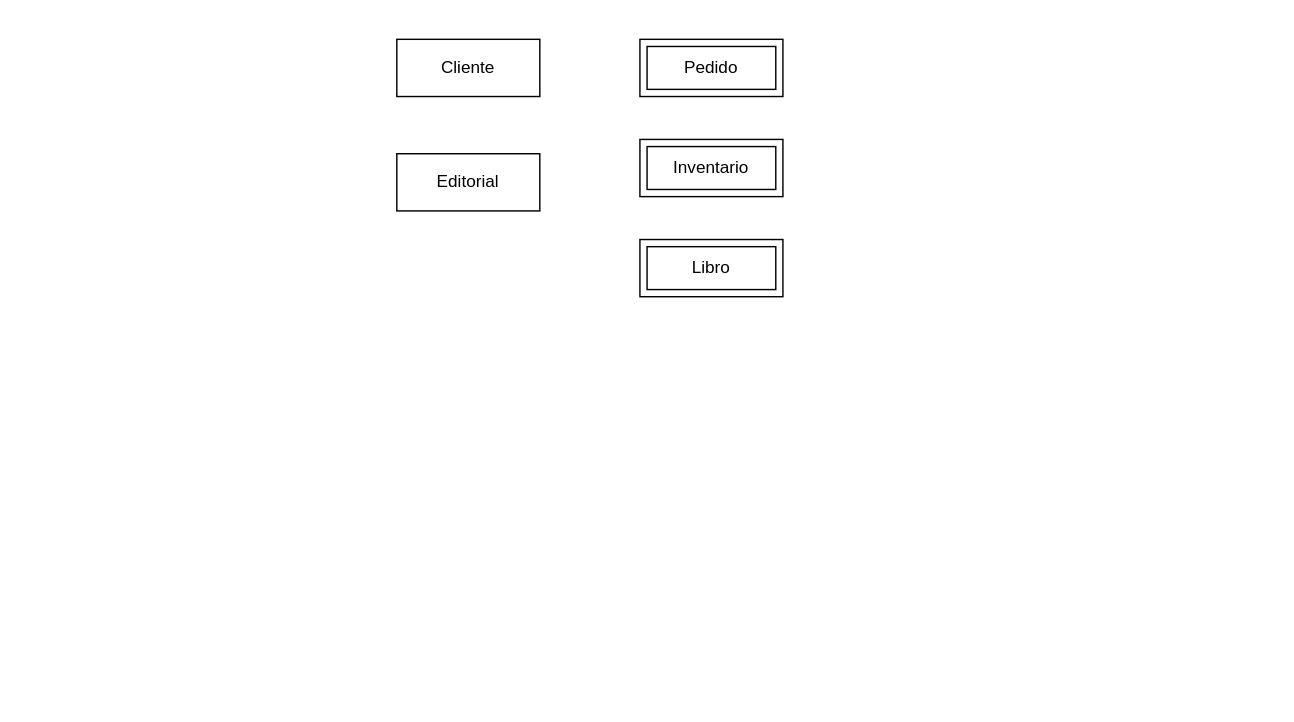
This is Diagrama id entidades.drawio from maximo-he/Modelado-de-base-de-datos, a draw.io file, before an edit. Source tidied: cells renumbered, new cells numbered last; positions are measured from the earlier drawing's top-left corner, leaving out a move shared by most shapes. Both pictures are drawn from the tidied source at 143%, with x=0, y=0 at pixel (396, 39).
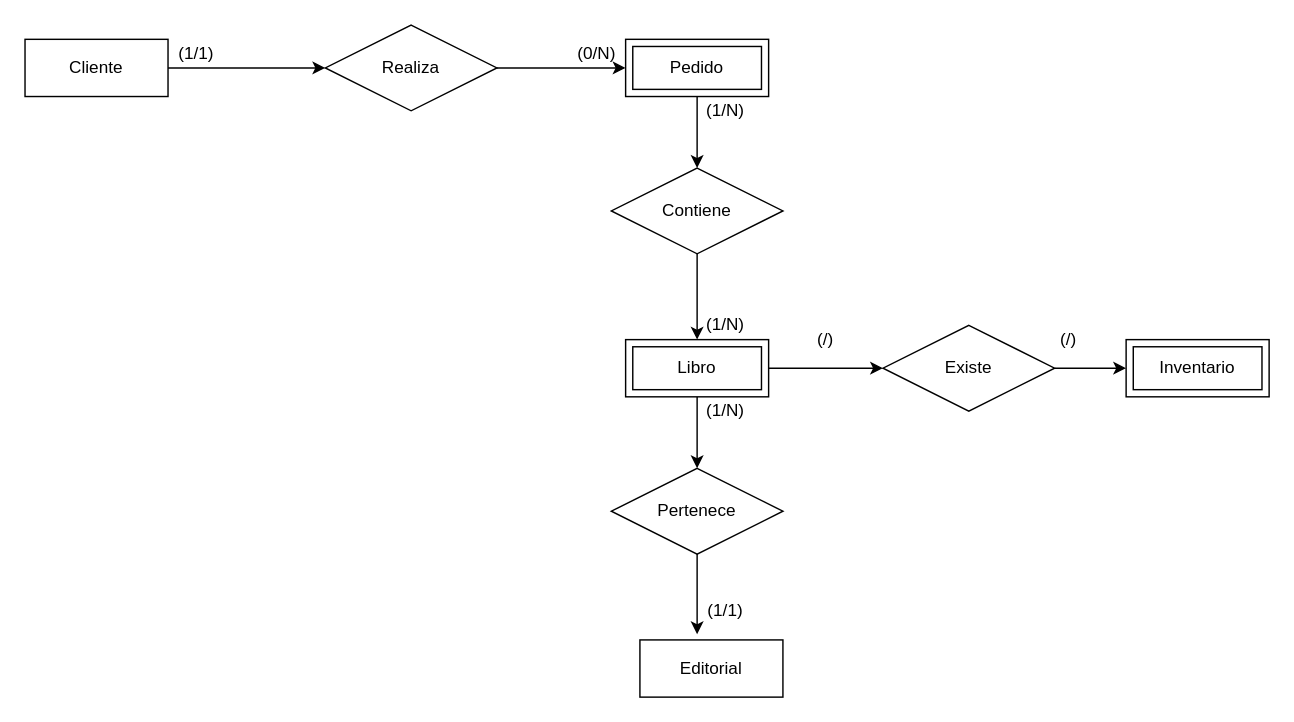
The same page after the edit.

The edit, as a diff of the source:
```diff
@@
+    <mxCell id="7" style="edgeStyle=orthogonalEdgeStyle;rounded=0;jettySize=auto;html=1;exitX=1;exitY=0.5;exitDx=0;exitDy=0;entryX=0;entryY=0.5;entryDx=0;entryDy=0;" parent="1" edge="1" source="2" target="12">
+      <mxGeometry relative="1" as="geometry" />
+    </mxCell>
     <mxCell id="2" value="Cliente" style="whiteSpace=wrap;html=1;align=center;" parent="1" vertex="1">
-      <mxGeometry width="100" height="40" as="geometry" />
+      <mxGeometry x="-260" width="100" height="40" as="geometry" />
     </mxCell>
+    <mxCell id="8" style="edgeStyle=orthogonalEdgeStyle;rounded=0;jettySize=auto;html=1;exitX=0.5;exitY=1;exitDx=0;exitDy=0;entryX=0.5;entryY=0;entryDx=0;entryDy=0;" parent="1" edge="1" source="3" target="22">
+      <mxGeometry relative="1" as="geometry" />
+    </mxCell>
     <mxCell id="3" value="Pedido" style="shape=ext;margin=3;double=1;whiteSpace=wrap;html=1;align=center;" parent="1" vertex="1">
-      <mxGeometry x="170" width="100" height="40" as="geometry" />
+      <mxGeometry x="160" width="100" height="40" as="geometry" />
     </mxCell>
     <mxCell id="4" value="Editorial" style="whiteSpace=wrap;html=1;align=center;" parent="1" vertex="1">
-      <mxGeometry y="80" width="100" height="40" as="geometry" />
+      <mxGeometry x="170" y="420" width="100" height="40" as="geometry" />
     </mxCell>
     <mxCell id="5" value="Inventario" style="shape=ext;margin=3;double=1;whiteSpace=wrap;html=1;align=center;" parent="1" vertex="1">
-      <mxGeometry x="170" y="70" width="100" height="40" as="geometry" />
+      <mxGeometry x="510" y="210" width="100" height="40" as="geometry" />
     </mxCell>
+    <mxCell id="9" style="edgeStyle=orthogonalEdgeStyle;rounded=0;jettySize=auto;html=1;exitX=0.5;exitY=1;exitDx=0;exitDy=0;entryX=0.5;entryY=0;entryDx=0;entryDy=0;" parent="1" edge="1" source="6" target="23">
+      <mxGeometry relative="1" as="geometry" />
+    </mxCell>
+    <mxCell id="10" style="edgeStyle=orthogonalEdgeStyle;rounded=0;jettySize=auto;html=1;exitX=1;exitY=0.5;exitDx=0;exitDy=0;entryX=0;entryY=0.5;entryDx=0;entryDy=0;" parent="1" edge="1" source="6" target="25">
+      <mxGeometry relative="1" as="geometry" />
+    </mxCell>
     <mxCell id="6" value="Libro" style="shape=ext;margin=3;double=1;whiteSpace=wrap;html=1;align=center;" parent="1" vertex="1">
-      <mxGeometry x="170" y="140" width="100" height="40" as="geometry" />
+      <mxGeometry x="160" y="210" width="100" height="40" as="geometry" />
     </mxCell>
+    <mxCell id="11" style="edgeStyle=orthogonalEdgeStyle;rounded=0;jettySize=auto;html=1;exitX=1;exitY=0.5;exitDx=0;exitDy=0;entryX=0;entryY=0.5;entryDx=0;entryDy=0;" parent="1" edge="1" source="12" target="3">
+      <mxGeometry relative="1" as="geometry" />
+    </mxCell>
+    <mxCell id="12" value="Realiza" style="shape=rhombus;perimeter=rhombusPerimeter;whiteSpace=wrap;html=1;align=center;" parent="1" vertex="1">
+      <mxGeometry x="-50" y="-10" width="120" height="60" as="geometry" />
+    </mxCell>
+    <mxCell id="13" value="(1/1)" style="text;html=1;align=center;verticalAlign=middle;whiteSpace=wrap;rounded=0;" parent="1" vertex="1">
+      <mxGeometry x="-160" width="40" height="20" as="geometry" />
+    </mxCell>
+    <mxCell id="14" value="(0/N)" style="text;html=1;align=center;verticalAlign=middle;whiteSpace=wrap;rounded=0;" parent="1" vertex="1">
+      <mxGeometry x="120" width="40" height="20" as="geometry" />
+    </mxCell>
+    <mxCell id="15" value="(1/N&lt;span style=&quot;background-color: transparent; color: light-dark(rgb(0, 0, 0), rgb(255, 255, 255));&quot;&gt;)&lt;/span&gt;" style="text;html=1;align=center;verticalAlign=middle;whiteSpace=wrap;rounded=0;" parent="1" vertex="1">
+      <mxGeometry x="210" y="40" width="40" height="20" as="geometry" />
+    </mxCell>
+    <mxCell id="16" value="(1/N)" style="text;html=1;align=center;verticalAlign=middle;whiteSpace=wrap;rounded=0;" parent="1" vertex="1">
+      <mxGeometry x="210" y="190" width="40" height="20" as="geometry" />
+    </mxCell>
+    <mxCell id="17" value="(1/N)" style="text;html=1;align=center;verticalAlign=middle;whiteSpace=wrap;rounded=0;" parent="1" vertex="1">
+      <mxGeometry x="210" y="250" width="40" height="20" as="geometry" />
+    </mxCell>
+    <mxCell id="18" value="(1/1)" style="text;html=1;align=center;verticalAlign=middle;whiteSpace=wrap;rounded=0;" parent="1" vertex="1">
+      <mxGeometry x="210" y="390" width="40" height="20" as="geometry" />
+    </mxCell>
+    <mxCell id="19" value="(/)" style="text;html=1;align=center;verticalAlign=middle;whiteSpace=wrap;rounded=0;" parent="1" vertex="1">
+      <mxGeometry x="280" y="200" width="40" height="20" as="geometry" />
+    </mxCell>
+    <mxCell id="20" value="(/)" style="text;html=1;align=center;verticalAlign=middle;whiteSpace=wrap;rounded=0;" parent="1" vertex="1">
+      <mxGeometry x="450" y="200" width="40" height="20" as="geometry" />
+    </mxCell>
+    <mxCell id="21" style="edgeStyle=orthogonalEdgeStyle;rounded=0;jettySize=auto;html=1;exitX=0.5;exitY=1;exitDx=0;exitDy=0;entryX=0.5;entryY=0;entryDx=0;entryDy=0;" parent="1" edge="1" source="22" target="6">
+      <mxGeometry relative="1" as="geometry" />
+    </mxCell>
+    <mxCell id="22" value="Contiene" style="shape=rhombus;perimeter=rhombusPerimeter;whiteSpace=wrap;html=1;align=center;" parent="1" vertex="1">
+      <mxGeometry x="150" y="90" width="120" height="60" as="geometry" />
+    </mxCell>
+    <mxCell id="23" value="Pertenece" style="shape=rhombus;perimeter=rhombusPerimeter;whiteSpace=wrap;html=1;align=center;" parent="1" vertex="1">
+      <mxGeometry x="150" y="300" width="120" height="60" as="geometry" />
+    </mxCell>
+    <mxCell id="24" style="edgeStyle=orthogonalEdgeStyle;rounded=0;jettySize=auto;html=1;exitX=1;exitY=0.5;exitDx=0;exitDy=0;entryX=0;entryY=0.5;entryDx=0;entryDy=0;" parent="1" edge="1" source="25" target="5">
+      <mxGeometry relative="1" as="geometry" />
+    </mxCell>
+    <mxCell id="25" value="Existe" style="shape=rhombus;perimeter=rhombusPerimeter;whiteSpace=wrap;html=1;align=center;" parent="1" vertex="1">
+      <mxGeometry x="340" y="200" width="120" height="60" as="geometry" />
+    </mxCell>
+    <mxCell id="26" style="edgeStyle=orthogonalEdgeStyle;rounded=0;jettySize=auto;html=1;exitX=0.5;exitY=1;exitDx=0;exitDy=0;entryX=0.4;entryY=-0.1;entryDx=0;entryDy=0;entryPerimeter=0;" parent="1" edge="1" source="23" target="4">
+      <mxGeometry relative="1" as="geometry" />
+    </mxCell>
```
